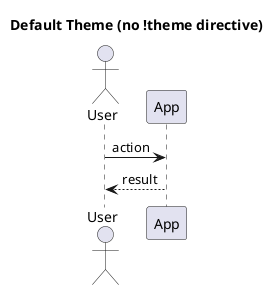
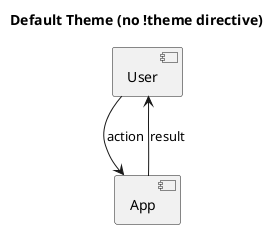
- @startuml
+ @startuml sequence
title Default Theme (no !theme directive)
- actor User
- participant App
- User -> App: action
- App --> User: result
+ component "User" as User
+ component "App" as App
+ User --> App : action
+ App --> User : result
@enduml
